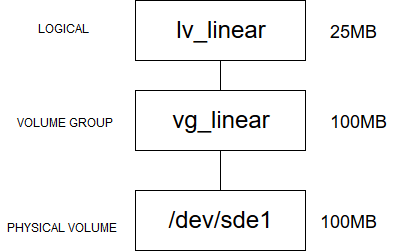
Earlier version of the draw.io export Linux/LVM/img/LV_2.png (nthung98/Tong_Hop_Note). Source tidied: cells renumbered, new cells last; positions are measured from the earlier drawing's top-left corner, leaving out a move shared by most shapes.
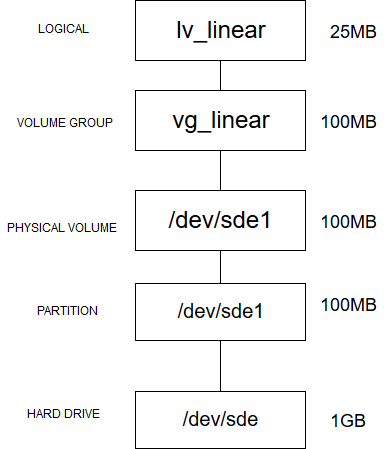
After the change.

The edit, as a diff of the source:
```diff
@@ -18,7 +18,7 @@
       <mxGeometry x="328" y="20" width="60" height="20" as="geometry" />
     </mxCell>
     <mxCell id="7" value="&lt;font style=&quot;font-size: 18px&quot;&gt;100MB&lt;/font&gt;" style="text;html=1;align=left;verticalAlign=top;spacingTop=-4;" parent="1" vertex="1">
-      <mxGeometry x="328" y="110" width="70" height="20" as="geometry" />
+      <mxGeometry x="318" y="110" width="70" height="20" as="geometry" />
     </mxCell>
     <mxCell id="8" value="LOGICAL VOLUME" style="text;html=1;strokeColor=none;fillColor=none;align=center;verticalAlign=middle;whiteSpace=wrap;rounded=0;" parent="1" vertex="1">
       <mxGeometry y="20" width="125" height="20" as="geometry" />
@@ -37,5 +37,33 @@
         <mxPoint x="220" y="150" as="targetPoint" />
       </mxGeometry>
     </mxCell>
+    <mxCell id="13" value="HARD DRIVE" style="text;html=1;align=left;verticalAlign=top;spacingTop=-4;" parent="1" vertex="1">
+      <mxGeometry x="25" y="406" width="90" height="20" as="geometry" />
+    </mxCell>
+    <mxCell id="14" value="PARTITION" style="text;html=1;align=left;verticalAlign=top;spacingTop=-4;" parent="1" vertex="1">
+      <mxGeometry x="35" y="303" width="80" height="20" as="geometry" />
+    </mxCell>
+    <mxCell id="15" value="&lt;font style=&quot;font-size: 20px&quot;&gt;/dev/sde1&lt;/font&gt;" style="rounded=0;whiteSpace=wrap;html=1;" parent="1" vertex="1">
+      <mxGeometry x="135" y="283" width="170" height="57" as="geometry" />
+    </mxCell>
+    <mxCell id="16" value="&lt;font style=&quot;font-size: 20px&quot;&gt;/dev/sde&lt;/font&gt;" style="rounded=0;whiteSpace=wrap;html=1;" parent="1" vertex="1">
+      <mxGeometry x="135" y="391" width="170" height="57" as="geometry" />
+    </mxCell>
+    <mxCell id="17" value="&lt;font style=&quot;font-size: 18px&quot;&gt;100MB&lt;/font&gt;" style="text;html=1;align=left;verticalAlign=top;spacingTop=-4;" parent="1" vertex="1">
+      <mxGeometry x="318" y="293" width="70" height="20" as="geometry" />
+    </mxCell>
+    <mxCell id="18" value="&lt;font style=&quot;font-size: 18px&quot;&gt;1GB&lt;/font&gt;" style="text;html=1;" parent="1" vertex="1">
+      <mxGeometry x="328" y="404.5" width="60" height="30" as="geometry" />
+    </mxCell>
+    <mxCell id="19" style="endArrow=none;html=1;exitX=0.5;exitY=0;exitDx=0;exitDy=0;" parent="1" edge="1" source="15">
+      <mxGeometry relative="1" as="geometry">
+        <mxPoint x="220" y="250" as="targetPoint" />
+      </mxGeometry>
+    </mxCell>
+    <mxCell id="20" style="endArrow=none;html=1;exitX=0.5;exitY=0;exitDx=0;exitDy=0;" parent="1" edge="1" source="16">
+      <mxGeometry relative="1" as="geometry">
+        <mxPoint x="220" y="340" as="targetPoint" />
+      </mxGeometry>
+    </mxCell>
   </root>
 </mxGraphModel>
```
